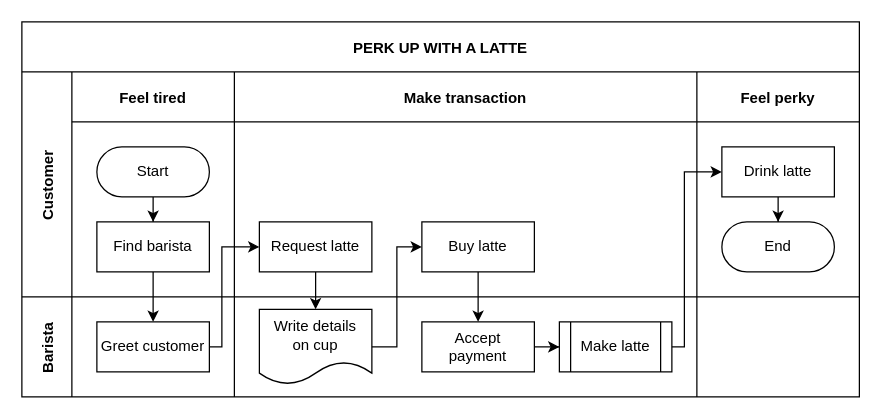
The draw.io diagram architech_2.drawio in snowolfhawk/ceph-scripts, before the edit. Source tidied: cells renumbered, new cells numbered last; positions are measured from the earlier drawing's top-left corner, leaving out a move shared by most shapes. Both pictures are drawn from the tidied source at 125%, with x=0, y=0 at pixel (21, 21).
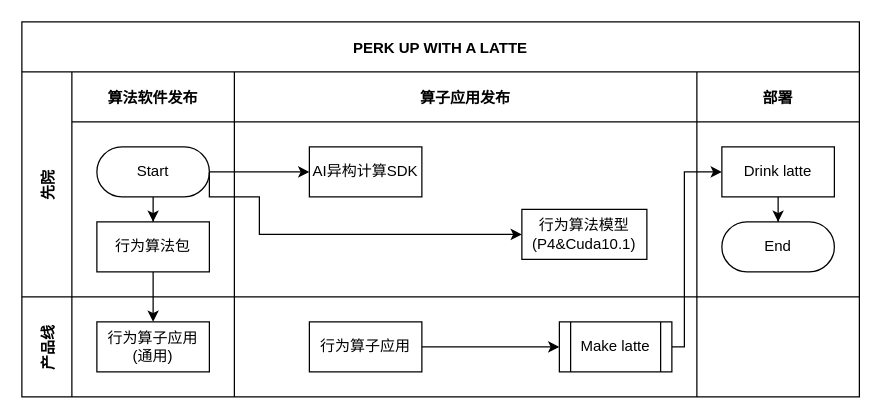
Above is the later version.

Unchanged cells that the change refers to:
```xml
<mxCell id="2" value="PERK UP WITH A LATTE" style="shape=table;childLayout=tableLayout;startSize=40;fillColor=none;fontStyle=1;" parent="1" vertex="1">
  <mxGeometry width="670" height="300" as="geometry" />
</mxCell>
<mxCell id="7" value="Start" style="rounded=1;whiteSpace=wrap;html=1;arcSize=50;" parent="5" vertex="1">
  <mxGeometry x="20" y="60" width="90" height="40" as="geometry" />
</mxCell>
<mxCell id="17" style="swimlane;swimlaneHead=0;swimlaneBody=0;fillColor=none;startSize=0;fontStyle=1;" parent="16" vertex="1">
  <mxGeometry x="40" width="130" height="80" as="geometry" />
</mxCell>
<mxCell id="19" style="swimlane;swimlaneHead=0;swimlaneBody=0;fillColor=none;startSize=0;fontStyle=1;" parent="16" vertex="1">
  <mxGeometry x="170" width="370" height="80" as="geometry" />
</mxCell>
```

Diff of the diagram source:
```diff
@@
-    <mxCell id="4" value="Customer" style="shape=tableRow;horizontal=0;swimlaneHead=0;swimlaneBody=0;top=0;left=0;bottom=0;right=0;fillColor=none;startSize=40;fontStyle=1;" parent="2" vertex="1">
+    <mxCell id="4" value="先院" style="shape=tableRow;horizontal=0;swimlaneHead=0;swimlaneBody=0;top=0;left=0;bottom=0;right=0;fillColor=none;startSize=40;fontStyle=1;" parent="2" vertex="1">
       <mxGeometry y="40" width="670" height="180" as="geometry" />
     </mxCell>
-    <mxCell id="5" value="Feel tired" style="swimlane;swimlaneHead=0;swimlaneBody=0;fillColor=none;startSize=40;fontStyle=1;" parent="4" vertex="1">
+    <mxCell id="5" value="算法软件发布" style="swimlane;swimlaneHead=0;swimlaneBody=0;fillColor=none;startSize=40;fontStyle=1;" parent="4" vertex="1">
       <mxGeometry x="40" width="130" height="180" as="geometry" />
     </mxCell>
@@
-    <mxCell id="8" value="Find barista" style="rounded=0;whiteSpace=wrap;html=1;" parent="5" vertex="1">
+    <mxCell id="8" value="行为算法包" style="rounded=0;whiteSpace=wrap;html=1;" parent="5" vertex="1">
       <mxGeometry x="20" y="120" width="90" height="40" as="geometry" />
     </mxCell>
-    <mxCell id="9" value="Make transaction" style="swimlane;swimlaneHead=0;swimlaneBody=0;fillColor=none;startSize=40;fontStyle=1;" parent="4" vertex="1">
+    <mxCell id="9" value="算子应用发布" style="swimlane;swimlaneHead=0;swimlaneBody=0;fillColor=none;startSize=40;fontStyle=1;" parent="4" vertex="1">
       <mxGeometry x="170" width="370" height="180" as="geometry" />
     </mxCell>
-    <mxCell id="10" value="Request latte" style="rounded=0;whiteSpace=wrap;html=1;" parent="9" vertex="1">
-      <mxGeometry x="20" y="120" width="90" height="40" as="geometry" />
+    <mxCell id="10" value="AI异构计算SDK" style="rounded=0;whiteSpace=wrap;html=1;" parent="9" vertex="1">
+      <mxGeometry x="60" y="60" width="90" height="40" as="geometry" />
     </mxCell>
-    <mxCell id="11" value="Buy latte" style="rounded=0;whiteSpace=wrap;html=1;" parent="9" vertex="1">
-      <mxGeometry x="150" y="120" width="90" height="40" as="geometry" />
+    <mxCell id="11" value="行为算法模型&lt;br&gt;(P4&amp;amp;Cuda10.1)" style="rounded=0;whiteSpace=wrap;html=1;" parent="9" vertex="1">
+      <mxGeometry x="230" y="110" width="100" height="40" as="geometry" />
     </mxCell>
-    <mxCell id="12" value="Feel perky" style="swimlane;swimlaneHead=0;swimlaneBody=0;fillColor=none;startSize=40;fontStyle=1;" parent="4" vertex="1">
+    <mxCell id="12" value="部署" style="swimlane;swimlaneHead=0;swimlaneBody=0;fillColor=none;startSize=40;fontStyle=1;" parent="4" vertex="1">
       <mxGeometry x="540" width="130" height="180" as="geometry" />
     </mxCell>
@@
+    <mxCell id="25" style="edgeStyle=orthogonalEdgeStyle;rounded=0;jettySize=auto;html=1;exitX=1;exitY=0.5;exitDx=0;exitDy=0;" parent="4" edge="1" source="7" target="10">
+      <mxGeometry relative="1" as="geometry">
+        <Array as="points">
+          <mxPoint x="210" y="80" />
+          <mxPoint x="210" y="80" />
+        </Array>
+      </mxGeometry>
+    </mxCell>
+    <mxCell id="30" style="endArrow=classic;html=1;rounded=0;exitX=1;exitY=0.5;exitDx=0;exitDy=0;entryX=0;entryY=0.5;entryDx=0;entryDy=0;" parent="4" edge="1" source="7" target="11">
+      <mxGeometry relative="1" as="geometry">
+        <Array as="points">
+          <mxPoint x="150" y="100" />
+          <mxPoint x="190" y="100" />
+          <mxPoint x="190" y="130" />
+        </Array>
+      </mxGeometry>
+    </mxCell>
-    <mxCell id="16" value="Barista" style="shape=tableRow;horizontal=0;swimlaneHead=0;swimlaneBody=0;top=0;left=0;bottom=0;right=0;fillColor=none;startSize=40;fontStyle=1;" parent="2" vertex="1">
+    <mxCell id="16" value="产品线" style="shape=tableRow;horizontal=0;swimlaneHead=0;swimlaneBody=0;top=0;left=0;bottom=0;right=0;fillColor=none;startSize=40;fontStyle=1;" parent="2" vertex="1">
       <mxGeometry y="220" width="670" height="80" as="geometry" />
     </mxCell>
@@
-    <mxCell id="18" value="Greet customer" style="rounded=0;whiteSpace=wrap;html=1;" parent="17" vertex="1">
+    <mxCell id="18" value="行为算子应用&lt;br&gt;(通用)" style="rounded=0;whiteSpace=wrap;html=1;" parent="17" vertex="1">
       <mxGeometry x="20" y="20" width="90" height="40" as="geometry" />
     </mxCell>
@@
-    <mxCell id="21" value="Accept&lt;br&gt;payment" style="rounded=0;whiteSpace=wrap;html=1;" parent="19" vertex="1">
-      <mxGeometry x="150" y="20" width="90" height="40" as="geometry" />
+    <mxCell id="21" value="行为算子应用" style="rounded=0;whiteSpace=wrap;html=1;" parent="19" vertex="1">
+      <mxGeometry x="60" y="20" width="90" height="40" as="geometry" />
     </mxCell>
-    <mxCell id="22" value="Write details&lt;br&gt;on cup" style="shape=document;whiteSpace=wrap;html=1;boundedLbl=1;" parent="19" vertex="1">
-      <mxGeometry x="20" y="10" width="90" height="60" as="geometry" />
-    </mxCell>
@@
-    <mxCell id="25" style="edgeStyle=orthogonalEdgeStyle;rounded=0;jettySize=auto;html=1;" parent="2" edge="1" source="18" target="10">
-      <mxGeometry relative="1" as="geometry">
-        <Array as="points">
-          <mxPoint x="160" y="260" />
-          <mxPoint x="160" y="180" />
-        </Array>
-      </mxGeometry>
-    </mxCell>
-    <mxCell id="26" style="edgeStyle=orthogonalEdgeStyle;rounded=0;jettySize=auto;html=1;" parent="2" edge="1" source="10" target="22">
-      <mxGeometry relative="1" as="geometry" />
-    </mxCell>
-    <mxCell id="27" style="edgeStyle=orthogonalEdgeStyle;rounded=0;jettySize=auto;html=1;" parent="2" edge="1" source="22" target="11">
-      <mxGeometry relative="1" as="geometry">
-        <Array as="points">
-          <mxPoint x="300" y="260" />
-          <mxPoint x="300" y="180" />
-        </Array>
-      </mxGeometry>
-    </mxCell>
-    <mxCell id="28" style="edgeStyle=orthogonalEdgeStyle;rounded=0;jettySize=auto;html=1;" parent="2" edge="1" source="11" target="21">
-      <mxGeometry relative="1" as="geometry" />
-    </mxCell>
```
